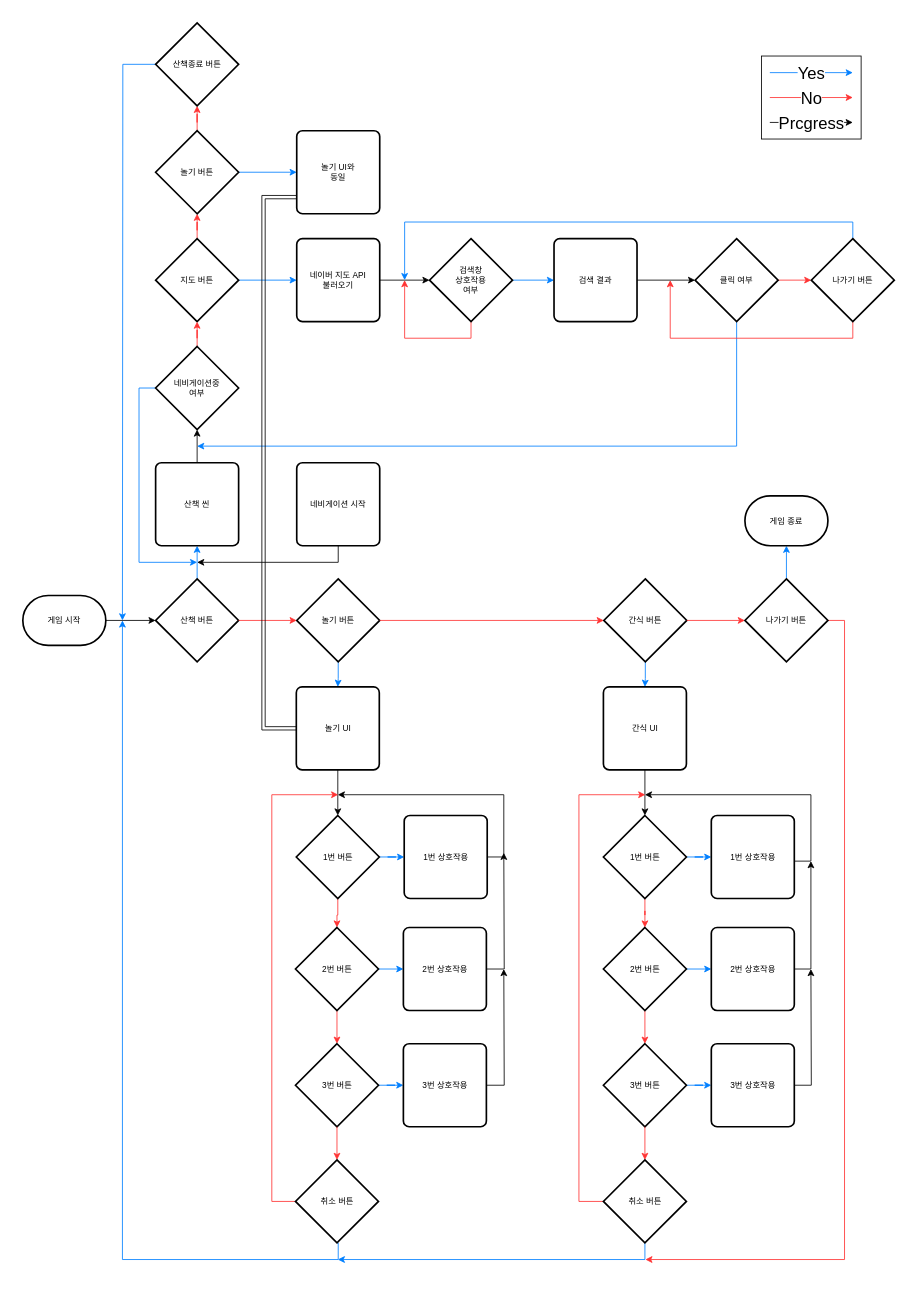
Earlier version of the draw.io diagram page "순서도" (1 of 2) of 6idiots.drawio (Udit3991/T.6Idiots). Source tidied: cells renumbered, new cells numbered last; positions are measured from the earlier drawing's top-left corner, leaving out a move shared by most shapes. Both pictures are drawn from the tidied source at 83%, with x=0, y=0 at pixel (14, 14).
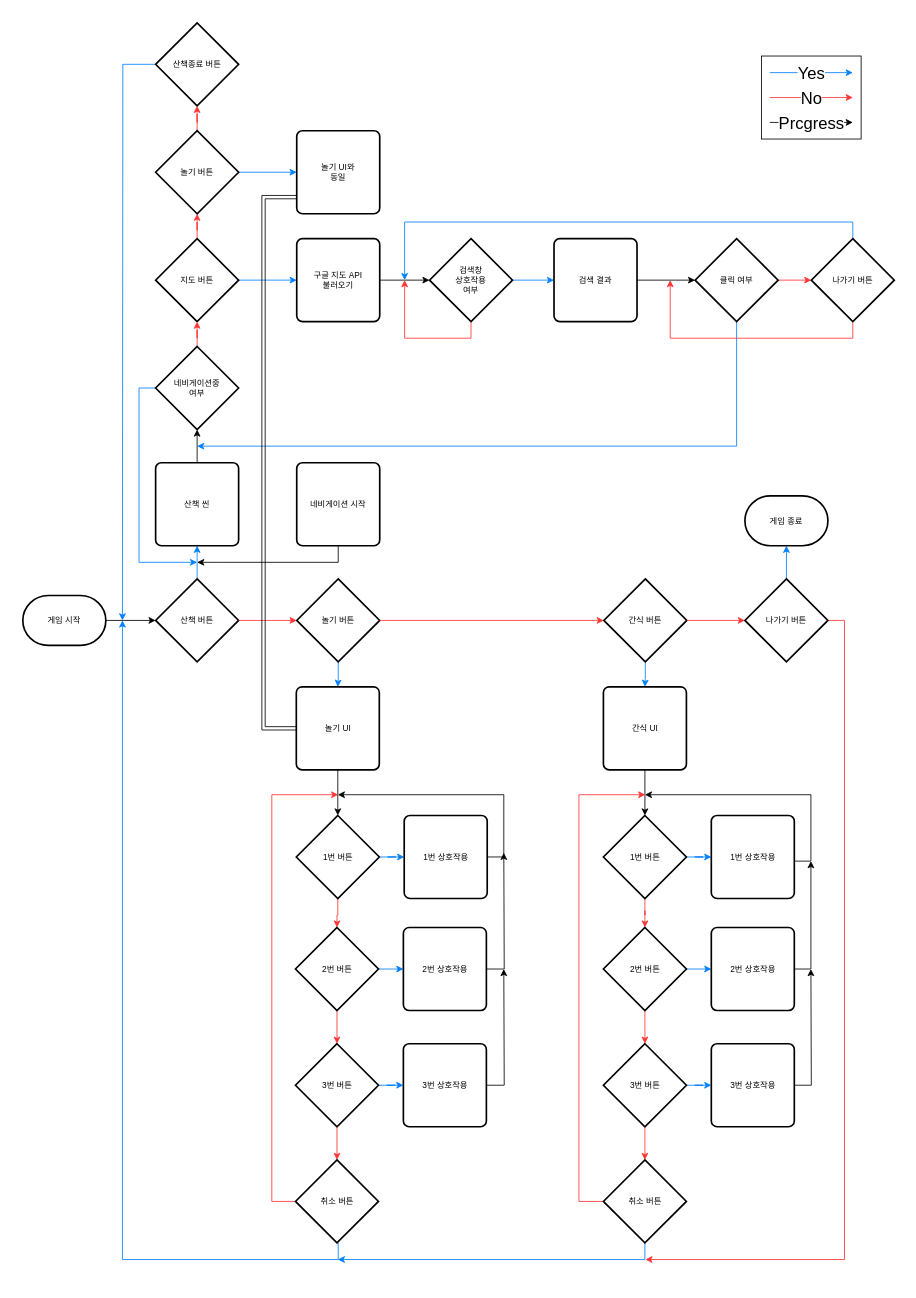
After the change.

Unchanged cells that the change refers to:
```xml
<mxCell id="2" style="group;" parent="1" vertex="1">
  <mxGeometry width="1070" height="1530" as="geometry" />
</mxCell>
```

What changed in the source:
```diff
@@
-    <mxCell id="82" value="네이버 지도 API&lt;div style=&quot;font-size: 10px;&quot;&gt;불러오기&lt;/div&gt;" style="rounded=1;whiteSpace=wrap;html=1;absoluteArcSize=1;arcSize=14;strokeWidth=2;fontSize=10;" parent="2" vertex="1">
+    <mxCell id="82" value="구글 지도 API&lt;div style=&quot;font-size: 10px;&quot;&gt;불러오기&lt;/div&gt;" style="rounded=1;whiteSpace=wrap;html=1;absoluteArcSize=1;arcSize=14;strokeWidth=2;fontSize=10;" parent="2" vertex="1">
       <mxGeometry x="340" y="270" width="100" height="100" as="geometry" />
     </mxCell>
```
